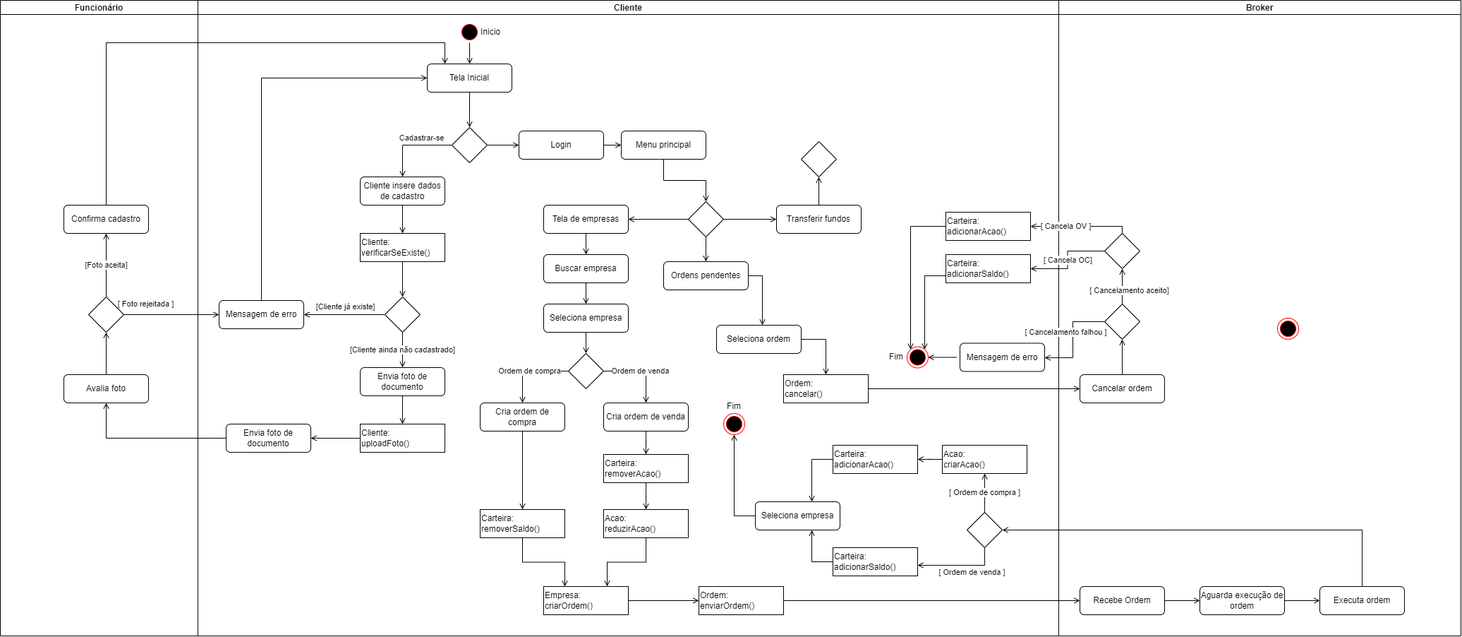
Earlier version of the draw.io export DiagramaAtividades.drawio.png (EijiDogen/FEI_MDSMarket). Source tidied: cells renumbered, new cells last; positions are measured from the earlier drawing's top-left corner, leaving out a move shared by most shapes.
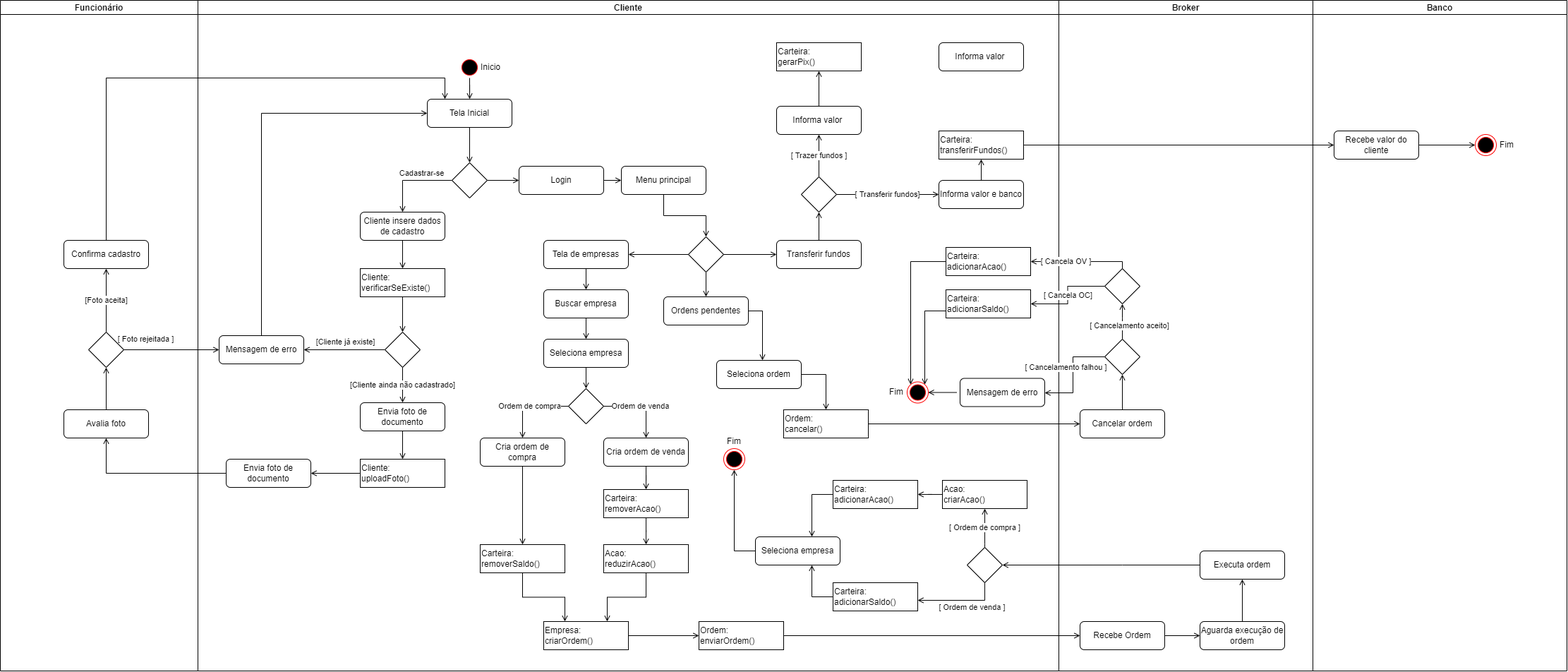
The same diagram one commit later.

The edit, as a diff of the source:
```diff
@@ -3,13 +3,13 @@
     <mxCell id="0" />
     <mxCell id="1" value="Swimlanes" parent="0" />
     <mxCell id="2" value="Cliente" style="swimlane;startSize=20;" parent="1" vertex="1">
-      <mxGeometry x="280" width="1220" height="900" as="geometry" />
+      <mxGeometry x="280" y="-50" width="1220" height="950" as="geometry" />
     </mxCell>
     <mxCell id="3" value="Funcionário" style="swimlane;startSize=20;" parent="1" vertex="1">
-      <mxGeometry width="280" height="900" as="geometry" />
+      <mxGeometry y="-50" width="280" height="950" as="geometry" />
     </mxCell>
     <mxCell id="4" value="Broker" style="swimlane;startSize=20;" parent="1" vertex="1">
-      <mxGeometry x="1500" width="570" height="900" as="geometry" />
+      <mxGeometry x="1500" y="-50" width="360" height="950" as="geometry" />
     </mxCell>
     <mxCell id="5" style="edgeStyle=orthogonalEdgeStyle;rounded=0;jettySize=auto;html=1;endArrow=open;endFill=0;" parent="1" edge="1" source="6" target="32">
       <mxGeometry relative="1" as="geometry" />
@@ -20,6 +20,9 @@
     <mxCell id="7" style="edgeStyle=orthogonalEdgeStyle;rounded=0;jettySize=auto;html=1;endArrow=open;endFill=0;" parent="1" edge="1" source="30" target="6">
       <mxGeometry relative="1" as="geometry" />
     </mxCell>
+    <mxCell id="112" value="Banco" style="swimlane;startSize=20;" parent="1" vertex="1">
+      <mxGeometry x="1860" y="-50" width="360" height="950" as="geometry" />
+    </mxCell>
     <mxCell id="8" value="Untitled Layer" parent="0" />
     <mxCell id="9" style="edgeStyle=orthogonalEdgeStyle;rounded=0;jettySize=auto;html=1;endArrow=open;endFill=0;" parent="8" edge="1" source="10" target="15">
       <mxGeometry relative="1" as="geometry" />
@@ -245,12 +248,13 @@
     <mxCell id="74" style="edgeStyle=orthogonalEdgeStyle;rounded=0;jettySize=auto;html=1;endArrow=open;endFill=0;entryX=1;entryY=0.5;entryDx=0;entryDy=0;" parent="8" edge="1" source="75" target="89">
       <mxGeometry relative="1" as="geometry">
         <Array as="points">
-          <mxPoint x="1930" y="750" />
+          <mxPoint x="1590" y="750" />
+          <mxPoint x="1590" y="750" />
         </Array>
       </mxGeometry>
     </mxCell>
     <mxCell id="75" value="Executa ordem" style="rounded=1;whiteSpace=wrap;html=1;" parent="8" vertex="1">
-      <mxGeometry x="1870" y="830" width="120" height="40" as="geometry" />
+      <mxGeometry x="1700" y="730" width="120" height="40" as="geometry" />
     </mxCell>
     <mxCell id="76" style="edgeStyle=orthogonalEdgeStyle;rounded=0;jettySize=auto;html=1;endArrow=open;endFill=0;" parent="8" edge="1" source="77" target="79">
       <mxGeometry relative="1" as="geometry">
@@ -284,9 +288,6 @@
     <mxCell id="83" value="Cancelar ordem" style="rounded=1;whiteSpace=wrap;html=1;" parent="8" vertex="1">
       <mxGeometry x="1530" y="530" width="120" height="40" as="geometry" />
     </mxCell>
-    <mxCell id="84" style="ellipse;html=1;shape=endState;fillColor=#000000;strokeColor=#ff0000;" parent="8" vertex="1">
-      <mxGeometry x="1810" y="450" width="30" height="30" as="geometry" />
-    </mxCell>
     <mxCell id="85" style="edgeStyle=orthogonalEdgeStyle;rounded=0;jettySize=auto;html=1;endArrow=open;endFill=0;" parent="8" edge="1" source="86" target="11">
       <mxGeometry relative="1" as="geometry">
         <Array as="points">
@@ -354,6 +355,17 @@
     <mxCell id="99" value="Transferir fundos" style="rounded=1;whiteSpace=wrap;html=1;" parent="8" vertex="1">
       <mxGeometry x="1100" y="290" width="120" height="40" as="geometry" />
     </mxCell>
+    <mxCell id="113" value="[ Transferir fundos]" style="edgeStyle=orthogonalEdgeStyle;rounded=0;jettySize=auto;html=1;endArrow=open;endFill=0;" parent="8" edge="1" source="100" target="116">
+      <mxGeometry relative="1" as="geometry" />
+    </mxCell>
+    <mxCell id="114" value="[ Trazer fundos ]" style="edgeStyle=orthogonalEdgeStyle;rounded=0;jettySize=auto;html=1;endArrow=open;endFill=0;" parent="8" edge="1" source="100" target="118">
+      <mxGeometry relative="1" as="geometry">
+        <Array as="points">
+          <mxPoint x="1160" y="140" />
+          <mxPoint x="1160" y="140" />
+        </Array>
+      </mxGeometry>
+    </mxCell>
     <mxCell id="100" style="rhombus;whiteSpace=wrap;html=1;" parent="8" vertex="1">
       <mxGeometry x="1135" y="200" width="50" height="50" as="geometry" />
     </mxCell>
@@ -404,5 +416,41 @@
     <mxCell id="111" value="Carteira:&lt;br&gt;adicionarAcao()" style="rounded=0;whiteSpace=wrap;html=1;align=left;" parent="8" vertex="1">
       <mxGeometry x="1340" y="300" width="120" height="40" as="geometry" />
     </mxCell>
+    <mxCell id="115" style="edgeStyle=orthogonalEdgeStyle;rounded=0;jettySize=auto;html=1;endArrow=open;endFill=0;" parent="8" edge="1" source="116" target="126">
+      <mxGeometry relative="1" as="geometry" />
+    </mxCell>
+    <mxCell id="116" value="Informa valor e banco" style="rounded=1;whiteSpace=wrap;html=1;" parent="8" vertex="1">
+      <mxGeometry x="1330" y="205" width="120" height="40" as="geometry" />
+    </mxCell>
+    <mxCell id="117" style="edgeStyle=orthogonalEdgeStyle;rounded=0;jettySize=auto;html=1;endArrow=open;endFill=0;" parent="8" edge="1" source="118" target="124">
+      <mxGeometry relative="1" as="geometry" />
+    </mxCell>
+    <mxCell id="118" value="Informa valor&amp;nbsp;" style="rounded=1;whiteSpace=wrap;html=1;" parent="8" vertex="1">
+      <mxGeometry x="1100" y="100" width="120" height="40" as="geometry" />
+    </mxCell>
+    <mxCell id="119" style="edgeStyle=orthogonalEdgeStyle;rounded=0;jettySize=auto;html=1;endArrow=open;endFill=0;" parent="8" edge="1" source="120" target="121">
+      <mxGeometry relative="1" as="geometry" />
+    </mxCell>
+    <mxCell id="120" value="Recebe valor do cliente" style="rounded=1;whiteSpace=wrap;html=1;" parent="8" vertex="1">
+      <mxGeometry x="1890" y="135" width="120" height="40" as="geometry" />
+    </mxCell>
+    <mxCell id="121" style="ellipse;html=1;shape=endState;fillColor=#000000;strokeColor=#ff0000;" parent="8" vertex="1">
+      <mxGeometry x="2090" y="140" width="30" height="30" as="geometry" />
+    </mxCell>
+    <mxCell id="122" value="Fim" style="text;html=1;strokeColor=none;fillColor=none;align=center;verticalAlign=middle;whiteSpace=wrap;rounded=0;" parent="8" vertex="1">
+      <mxGeometry x="2105" y="140" width="60" height="30" as="geometry" />
+    </mxCell>
+    <mxCell id="123" value="Informa valor&amp;nbsp;" style="rounded=1;whiteSpace=wrap;html=1;" parent="8" vertex="1">
+      <mxGeometry x="1330" y="10" width="120" height="40" as="geometry" />
+    </mxCell>
+    <mxCell id="124" value="Carteira:&lt;br&gt;gerarPix()" style="rounded=0;whiteSpace=wrap;html=1;align=left;" parent="8" vertex="1">
+      <mxGeometry x="1100" y="10" width="120" height="40" as="geometry" />
+    </mxCell>
+    <mxCell id="125" style="edgeStyle=orthogonalEdgeStyle;rounded=0;jettySize=auto;html=1;endArrow=open;endFill=0;" parent="8" edge="1" source="126" target="120">
+      <mxGeometry relative="1" as="geometry" />
+    </mxCell>
+    <mxCell id="126" value="Carteira:&lt;br&gt;transferirFundos()" style="rounded=0;whiteSpace=wrap;html=1;align=left;" parent="8" vertex="1">
+      <mxGeometry x="1330" y="135" width="120" height="40" as="geometry" />
+    </mxCell>
   </root>
 </mxGraphModel>
```
